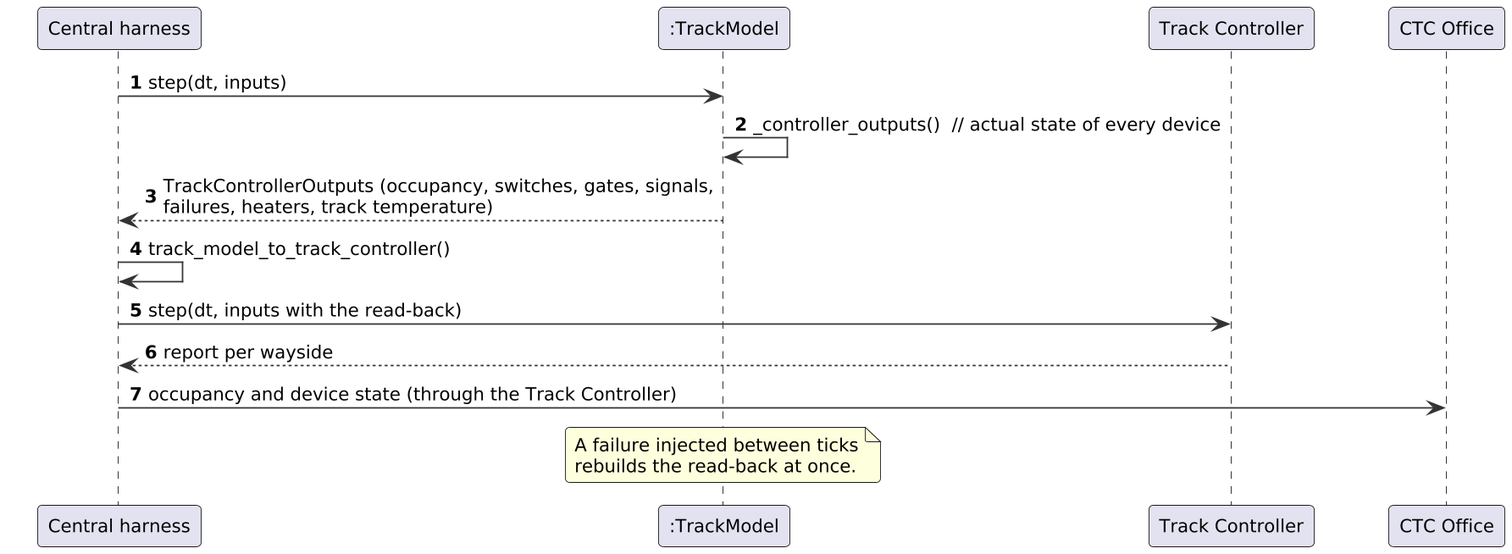
The PlantUML diagram documents/uml/track_model/sd04_report.png in Landiss04/Track-Overflow, before a commit. Source of this version:
```plantuml
@startuml
skinparam shadowing false
skinparam dpi 170
skinparam defaultFontName DejaVu Sans
skinparam defaultFontSize 12
skinparam roundCorner 6
skinparam ArrowColor #333333
skinparam BackgroundColor white
skinparam sequenceMessageAlign left
skinparam ParticipantPadding 20
autonumber
participant "Central harness" as H
participant ":TrackModel" as TM
participant "Track Controller" as TC
participant "CTC Office" as CTC
H -> TM : step(dt, inputs)
TM -> TM : _controller_outputs()  // actual state of every device
TM --> H : TrackControllerOutputs (occupancy, switches, gates, signals,\nfailures, heaters, track temperature)
H -> H : track_model_to_track_controller()
H -> TC : step(dt, inputs with the read-back)
TC --> H : report per wayside
H -> CTC : occupancy and device state (through the Track Controller)
note over TM : A failure injected between ticks\nrebuilds the read-back at once.
@enduml
```
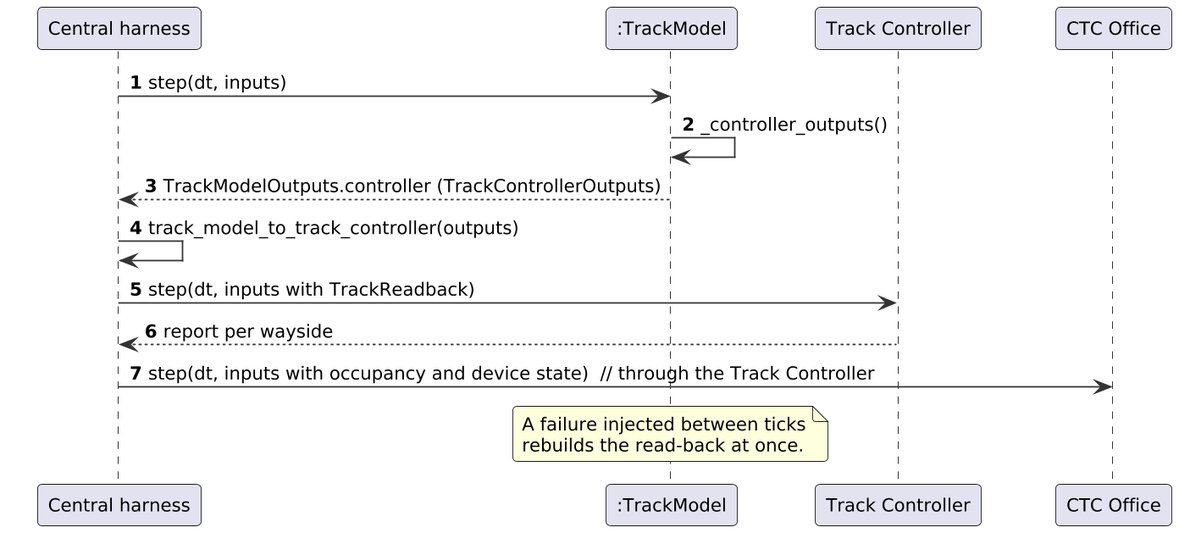
After the commit.

The edit, as a diff of the source:
```diff
@@ -14,11 +14,11 @@
 participant "Track Controller" as TC
 participant "CTC Office" as CTC
 H -> TM : step(dt, inputs)
-TM -> TM : _controller_outputs()  // actual state of every device
-TM --> H : TrackControllerOutputs (occupancy, switches, gates, signals,\nfailures, heaters, track temperature)
-H -> H : track_model_to_track_controller()
-H -> TC : step(dt, inputs with the read-back)
+TM -> TM : _controller_outputs()
+TM --> H : TrackModelOutputs.controller (TrackControllerOutputs)
+H -> H : track_model_to_track_controller(outputs)
+H -> TC : step(dt, inputs with TrackReadback)
 TC --> H : report per wayside
-H -> CTC : occupancy and device state (through the Track Controller)
+H -> CTC : step(dt, inputs with occupancy and device state)  // through the Track Controller
 note over TM : A failure injected between ticks\nrebuilds the read-back at once.
 @enduml
```
